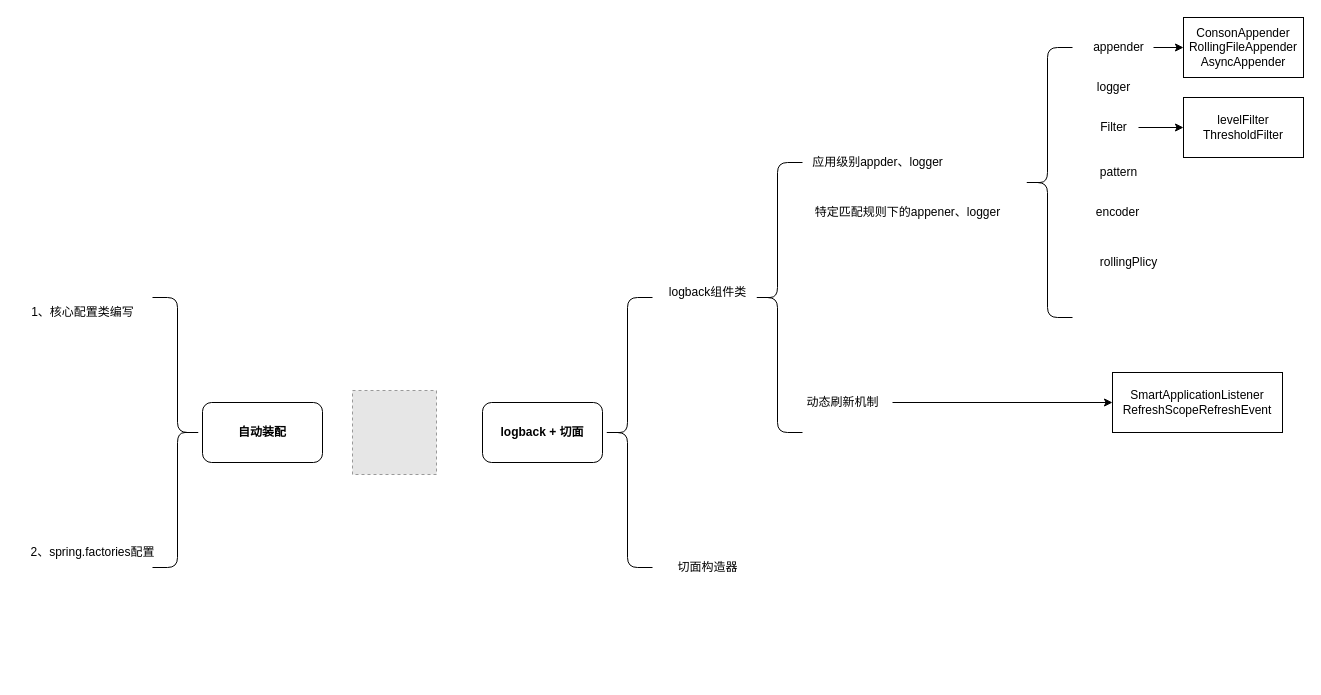
The draw.io diagram drawDir/切面日志工具.drawio in yrcDream/drawDemo, before the edit. Source tidied: cells renumbered, new cells numbered last; positions are measured from the earlier drawing's top-left corner, leaving out a move shared by most shapes. Both pictures are drawn from the tidied source at 100%, with x=0, y=0 at pixel (17, 17). Pictures stored in the file or linked from it are replaced by grey dashed boxes.
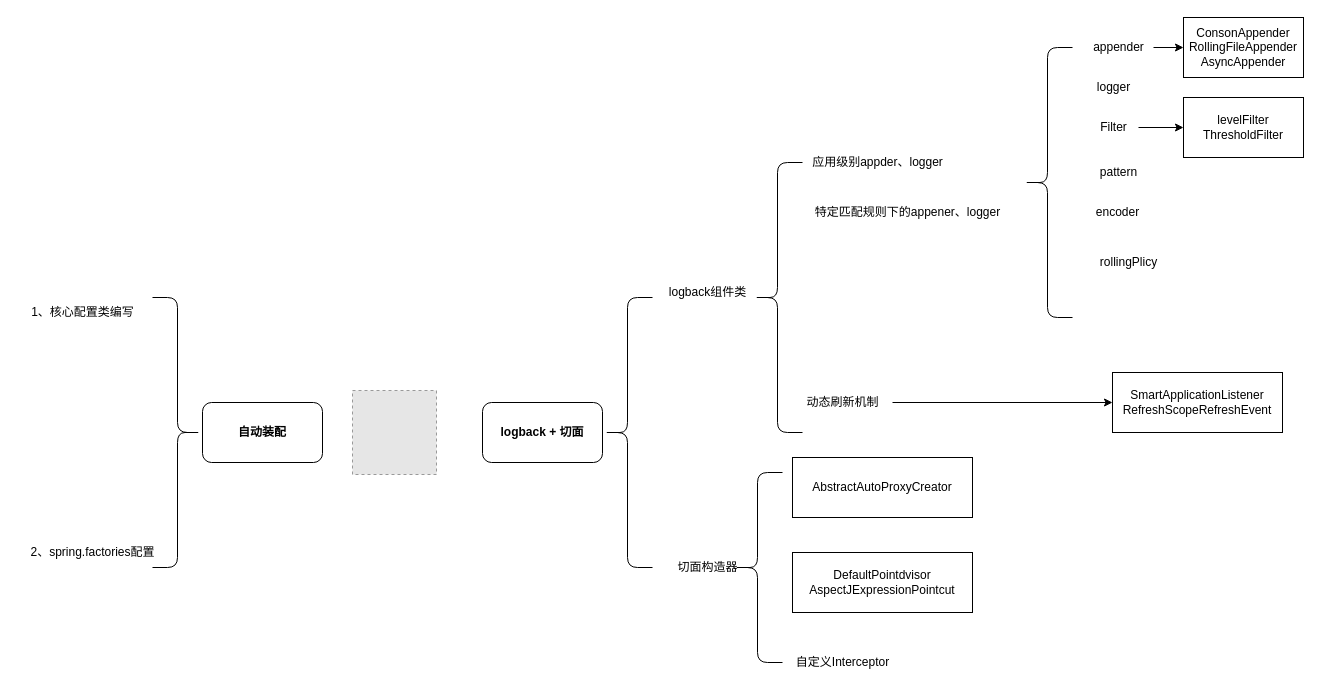
Above is the later version.

Commit message:
更新切面日志工具.drawio

Change to the diagram source:
```diff
@@
+    <mxCell id="28" style="shape=curlyBracket;whiteSpace=wrap;html=1;rounded=1;flipH=1;size=0.5;rotation=-180;" parent="1" vertex="1">
+      <mxGeometry x="715" y="455" width="50" height="190" as="geometry" />
+    </mxCell>
+    <mxCell id="29" value="AbstractAutoProxyCreator" style="whiteSpace=wrap;html=1;" parent="1" vertex="1">
+      <mxGeometry x="775" y="440" width="180" height="60" as="geometry" />
+    </mxCell>
+    <mxCell id="30" value="DefaultPointdvisor&lt;br&gt;AspectJExpressionPointcut" style="whiteSpace=wrap;html=1;" parent="1" vertex="1">
+      <mxGeometry x="775" y="535" width="180" height="60" as="geometry" />
+    </mxCell>
+    <mxCell id="31" value="自定义Interceptor" style="text;html=1;align=center;verticalAlign=middle;strokeColor=none;fillColor=none;" parent="1" vertex="1">
+      <mxGeometry x="765" y="630" width="120" height="30" as="geometry" />
+    </mxCell>
```
